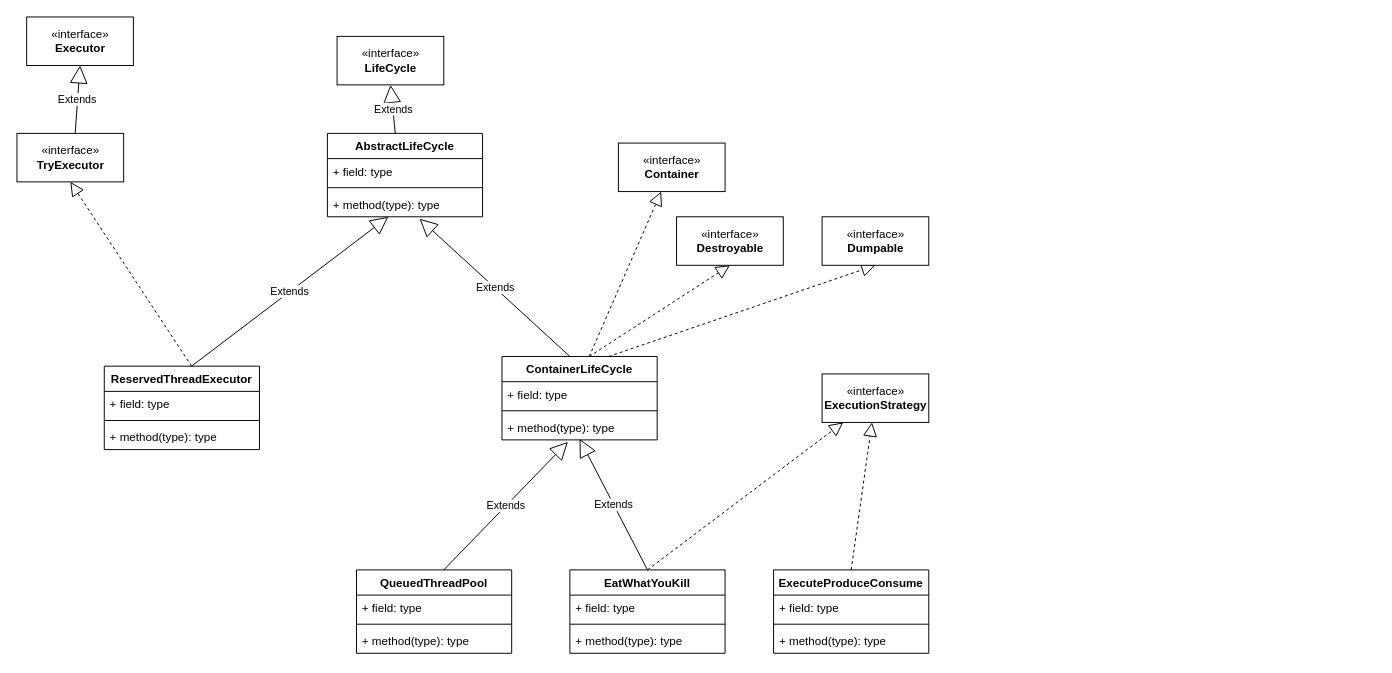
Above: page "util" (2 of 9) of Jetty.drawio in tadsimons/draw (draw.io), before the change. Source tidied: cells renumbered, new cells numbered last; positions are measured from the earlier drawing's top-left corner, leaving out a move shared by most shapes. Both pictures are drawn from the tidied source at 97%, with x=0, y=0 at pixel (16, 16).
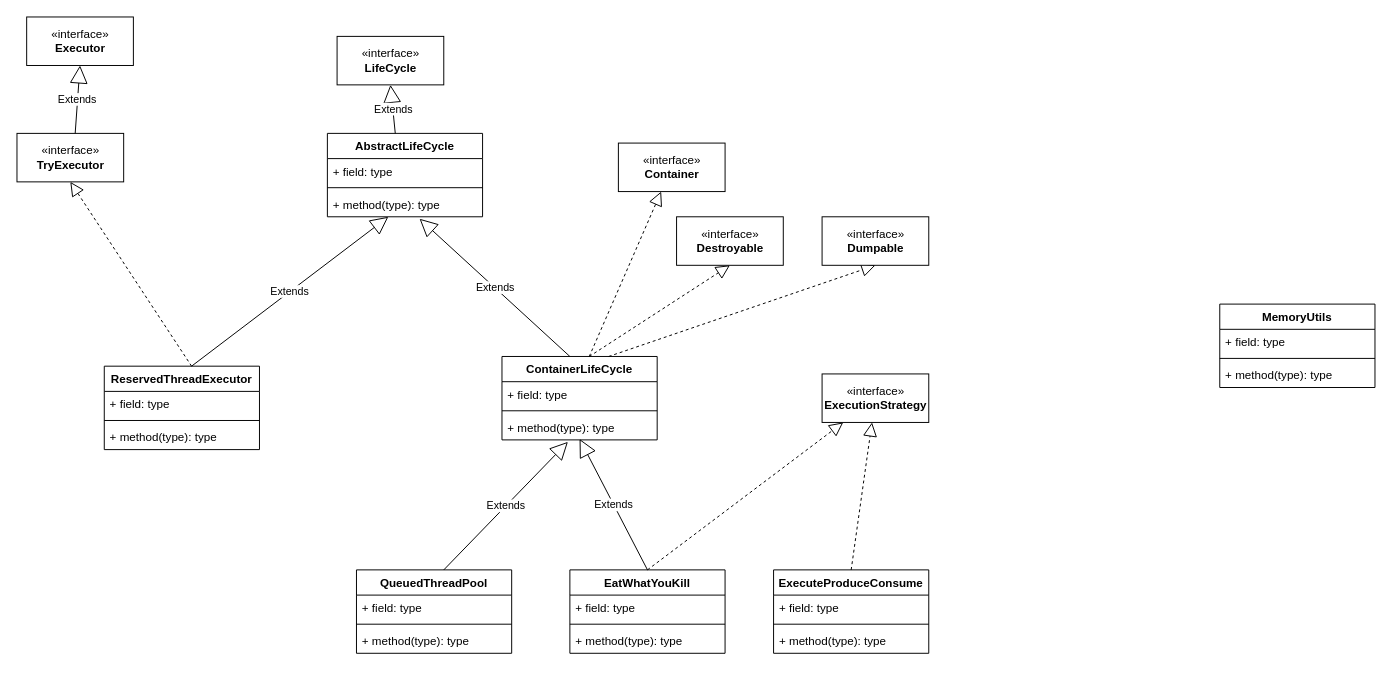
The same diagram, later.

Change to the diagram source:
```diff
@@
+    <mxCell id="45" value="MemoryUtils" style="swimlane;fontStyle=1;align=center;verticalAlign=top;horizontal=1;startSize=26;" parent="1" vertex="1">
+      <mxGeometry x="1240" y="296" width="160" height="86" as="geometry" />
+    </mxCell>
+    <mxCell id="46" value="+ field: type" style="text;strokeColor=none;fillColor=none;align=left;verticalAlign=top;spacingLeft=4;spacingRight=4;overflow=hidden;" parent="45" vertex="1">
+      <mxGeometry y="26" width="160" height="26" as="geometry" />
+    </mxCell>
+    <mxCell id="47" style="line;strokeWidth=1;fillColor=none;align=left;verticalAlign=middle;spacingTop=-1;spacingLeft=3;spacingRight=3;labelPosition=right;" parent="45" vertex="1">
+      <mxGeometry y="52" width="160" height="8" as="geometry" />
+    </mxCell>
+    <mxCell id="48" value="+ method(type): type" style="text;strokeColor=none;fillColor=none;align=left;verticalAlign=top;spacingLeft=4;spacingRight=4;overflow=hidden;" parent="45" vertex="1">
+      <mxGeometry y="60" width="160" height="26" as="geometry" />
+    </mxCell>
```
